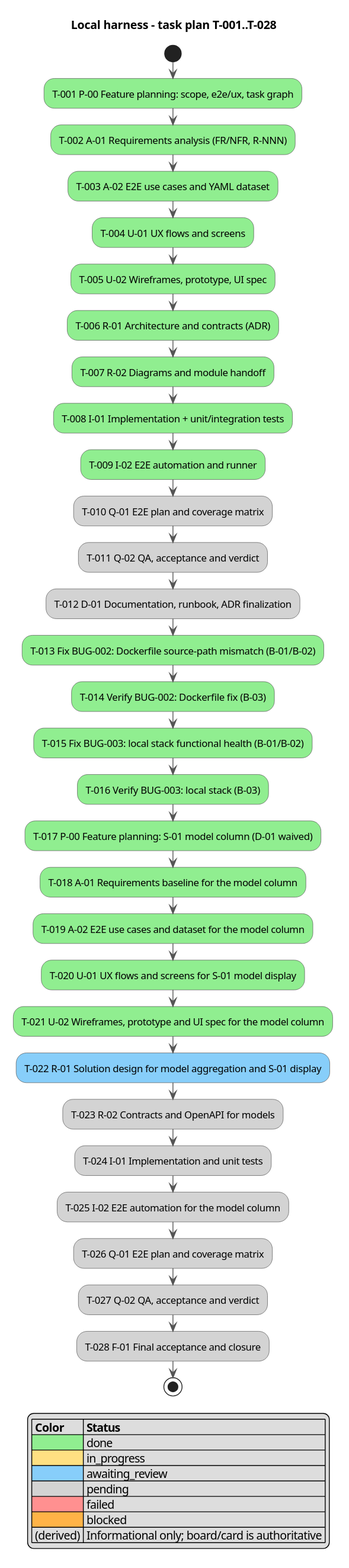
This is docs/activity.svg from serge-sasov/ai-task-tracker, a PlantUML export, as it was before one commit.
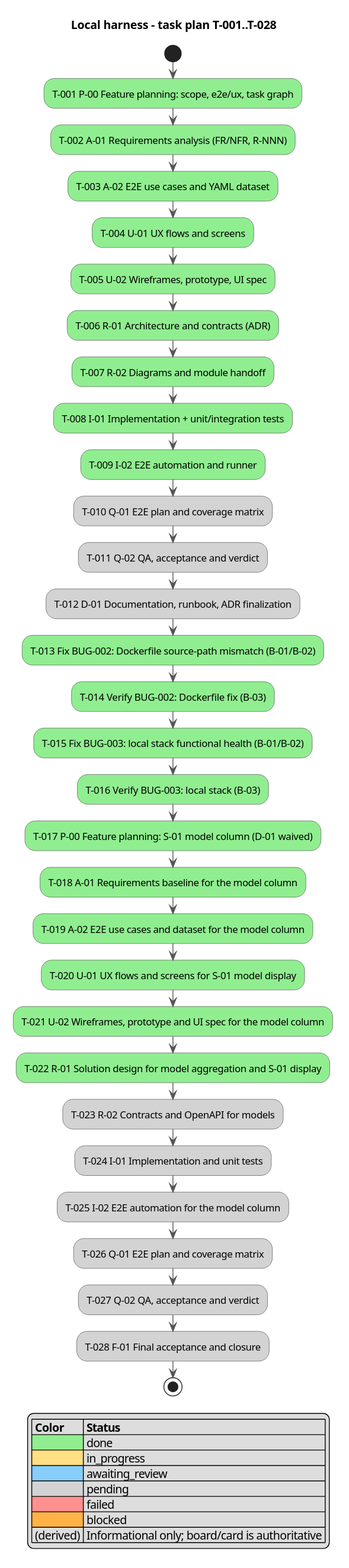
After the commit.

The edit, as a diff of the source:
```diff
@@ -27,7 +27,7 @@
 :T-019 A-02 E2E use cases and dataset for the model column; <<#90EE90>>
 :T-020 U-01 UX flows and screens for S-01 model display; <<#90EE90>>
 :T-021 U-02 Wireframes, prototype and UI spec for the model column; <<#90EE90>>
-:T-022 R-01 Solution design for model aggregation and S-01 display; <<#87CEFA>>
+:T-022 R-01 Solution design for model aggregation and S-01 display; <<#90EE90>>
 :T-023 R-02 Contracts and OpenAPI for models; <<#D3D3D3>>
 :T-024 I-01 Implementation and unit tests; <<#D3D3D3>>
 :T-025 I-02 E2E automation for the model column; <<#D3D3D3>>
```
